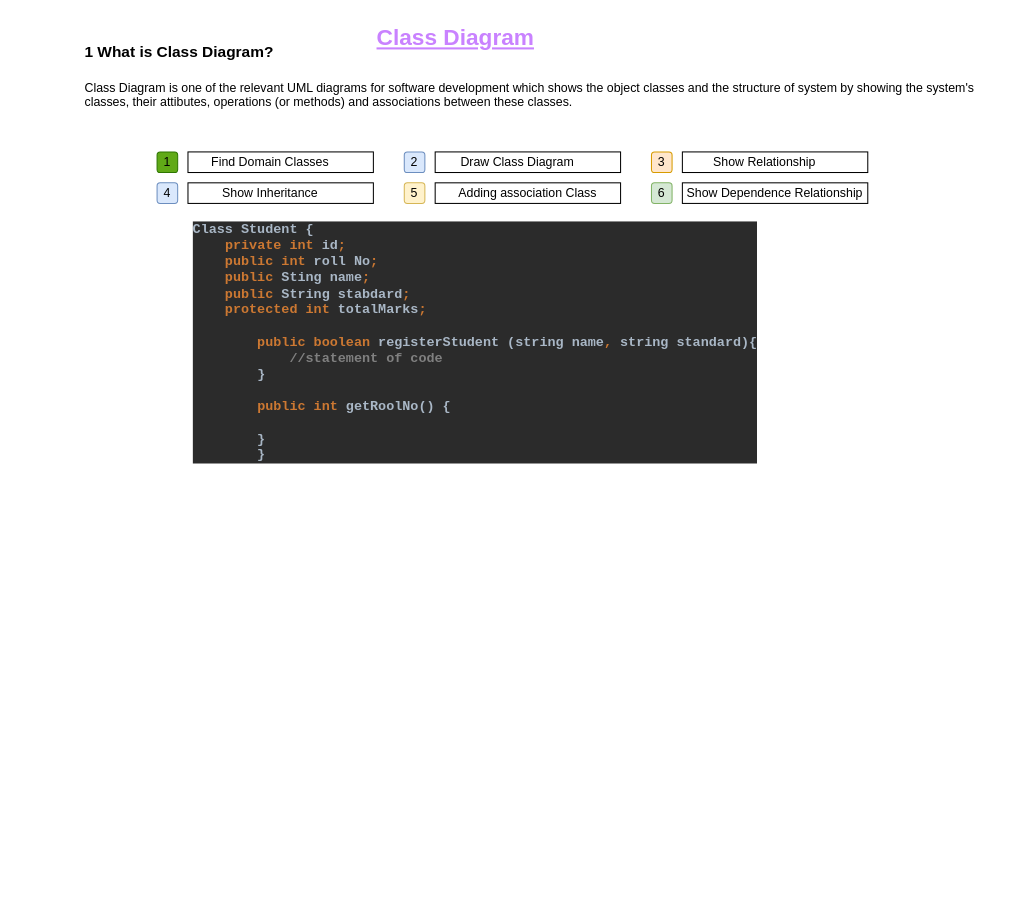
Above: page "use Cases General" (1 of 4) of Default Diagrams.drawio in marioBdev/Default-Software-Diagrams (draw.io), before the change. Source tidied: cells renumbered, new cells numbered last; positions are measured from the earlier drawing's top-left corner, leaving out a move shared by most shapes. Both pictures are drawn from the tidied source at 103%, with x=0, y=0 at pixel (79, 28).
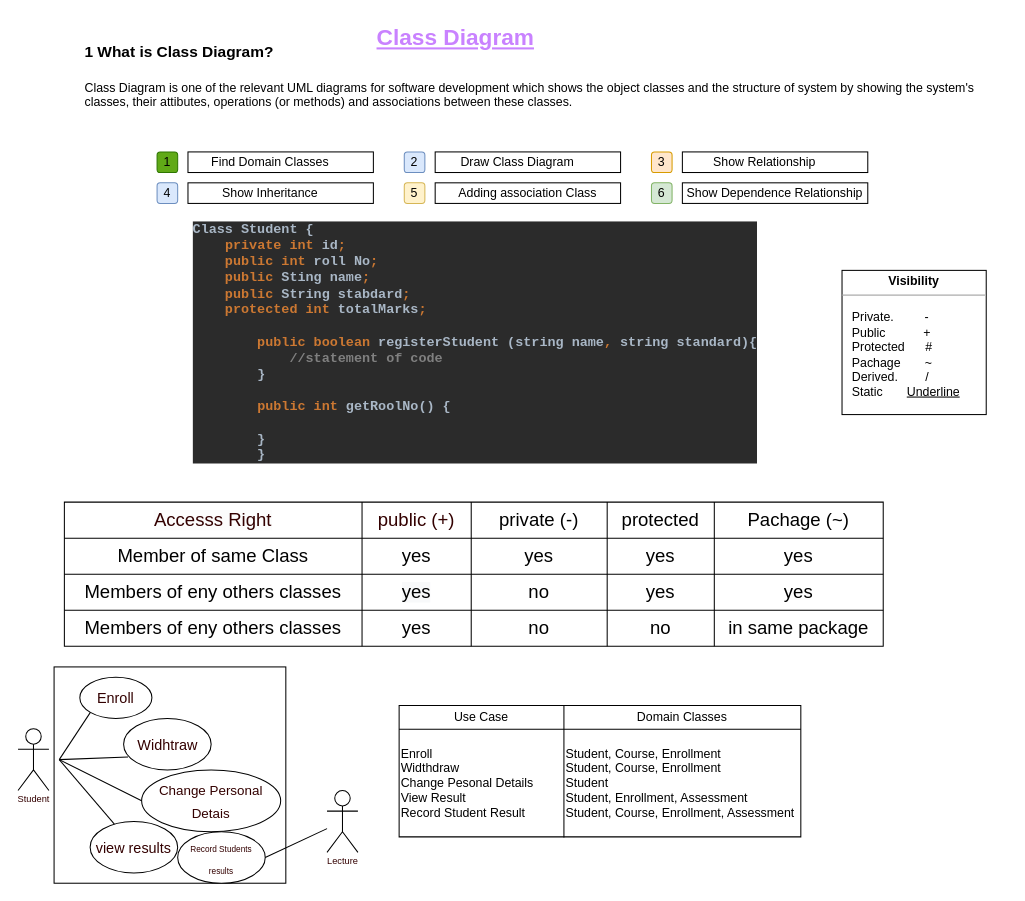
The same diagram, later.

What changed in the source:
```diff
@@
+    <mxCell id="29" style="rounded=0;whiteSpace=wrap;html=1;fontSize=18;fontColor=#330000;" parent="1" vertex="1">
+      <mxGeometry x="-25" y="620" width="225" height="210" as="geometry" />
+    </mxCell>
@@
+    <mxCell id="30" value="&lt;p style=&quot;margin: 0px ; margin-top: 4px ; text-align: center&quot;&gt;&lt;b&gt;Visibility&lt;/b&gt;&lt;/p&gt;&lt;hr size=&quot;1&quot;&gt;&lt;div style=&quot;height: 2px&quot;&gt;&lt;br&gt;&lt;/div&gt;&lt;div style=&quot;height: 2px&quot;&gt;&amp;nbsp;&lt;/div&gt;&lt;div style=&quot;height: 2px&quot;&gt;&lt;br&gt;&lt;/div&gt;&lt;div style=&quot;height: 2px&quot;&gt;&amp;nbsp; &amp;nbsp;&lt;/div&gt;&lt;div style=&quot;height: 2px&quot;&gt;&lt;span style=&quot;text-align: center&quot;&gt;&amp;nbsp; &amp;nbsp;Private.&amp;nbsp; &amp;nbsp; &amp;nbsp; &amp;nbsp; &amp;nbsp;-&lt;/span&gt;&lt;br style=&quot;text-align: center&quot;&gt;&lt;span style=&quot;text-align: center&quot;&gt;&amp;nbsp; &amp;nbsp;Public&amp;nbsp; &amp;nbsp; &amp;nbsp; &amp;nbsp; &amp;nbsp; &amp;nbsp;+&lt;/span&gt;&lt;br style=&quot;text-align: center&quot;&gt;&lt;span style=&quot;text-align: center&quot;&gt;&amp;nbsp; &amp;nbsp;Protected&amp;nbsp; &amp;nbsp; &amp;nbsp; #&lt;/span&gt;&lt;br style=&quot;text-align: center&quot;&gt;&lt;span style=&quot;text-align: center&quot;&gt;&amp;nbsp; &amp;nbsp;Pachage&amp;nbsp; &amp;nbsp; &amp;nbsp; &amp;nbsp;~&lt;/span&gt;&lt;br style=&quot;text-align: center&quot;&gt;&lt;span style=&quot;text-align: center&quot;&gt;&amp;nbsp; &amp;nbsp;Derived.&amp;nbsp; &amp;nbsp; &amp;nbsp; &amp;nbsp; /&lt;/span&gt;&lt;br style=&quot;text-align: center&quot;&gt;&lt;span style=&quot;text-align: center&quot;&gt;&amp;nbsp; &amp;nbsp;Static&amp;nbsp; &amp;nbsp; &amp;nbsp; &amp;nbsp;&lt;/span&gt;&lt;u style=&quot;text-align: center&quot;&gt;Underline&lt;/u&gt;&lt;br&gt;&lt;/div&gt;" style="verticalAlign=top;align=left;overflow=fill;fontSize=12;fontFamily=Helvetica;html=1;" parent="1" vertex="1">
+      <mxGeometry x="740" y="235" width="140" height="140" as="geometry" />
+    </mxCell>
+    <mxCell id="31" style="shape=table;html=1;whiteSpace=wrap;startSize=0;childLayout=tableLayout;" parent="1" vertex="1">
+      <mxGeometry x="-15" y="460" width="795" height="140" as="geometry" />
+    </mxCell>
+    <mxCell id="32" style="shape=partialRectangle;html=1;whiteSpace=wrap;fillColor=none;top=0;left=0;bottom=0;right=0;" parent="31" vertex="1">
+      <mxGeometry width="795" height="35" as="geometry" />
+    </mxCell>
+    <mxCell id="33" value="&lt;span style=&quot;font-size: 18px ; text-align: -webkit-left ; background-color: rgb(252 , 252 , 252)&quot;&gt;&lt;font color=&quot;#330000&quot;&gt;Accesss Right&lt;/font&gt;&lt;/span&gt;" style="shape=partialRectangle;html=1;whiteSpace=wrap;overflow=hidden;fillColor=none;top=0;left=0;bottom=0;right=0;" parent="32" vertex="1">
+      <mxGeometry width="289" height="35" as="geometry" />
+    </mxCell>
+    <mxCell id="34" value="&lt;span style=&quot;font-size: 18px ; text-align: -webkit-left ; background-color: rgb(255 , 255 , 255)&quot;&gt;&lt;font color=&quot;#330000&quot;&gt;public (+)&lt;/font&gt;&lt;/span&gt;" style="shape=partialRectangle;html=1;whiteSpace=wrap;overflow=hidden;fillColor=none;top=0;left=0;bottom=0;right=0;" parent="32" vertex="1">
+      <mxGeometry x="289" width="106" height="35" as="geometry" />
+    </mxCell>
+    <mxCell id="35" value="&lt;font style=&quot;font-size: 18px&quot;&gt;private (-)&lt;/font&gt;" style="shape=partialRectangle;html=1;whiteSpace=wrap;overflow=hidden;fillColor=none;top=0;left=0;bottom=0;right=0;" parent="32" vertex="1">
+      <mxGeometry x="395" width="132" height="35" as="geometry" />
+    </mxCell>
+    <mxCell id="36" value="&lt;font style=&quot;font-size: 18px&quot;&gt;protected&lt;/font&gt;" style="shape=partialRectangle;html=1;whiteSpace=wrap;overflow=hidden;fillColor=none;top=0;left=0;bottom=0;right=0;" parent="32" vertex="1">
+      <mxGeometry x="527" width="104" height="35" as="geometry" />
+    </mxCell>
+    <mxCell id="37" value="&lt;font style=&quot;font-size: 18px&quot;&gt;Pachage (~)&lt;/font&gt;" style="shape=partialRectangle;html=1;whiteSpace=wrap;overflow=hidden;fillColor=none;top=0;left=0;bottom=0;right=0;" parent="32" vertex="1">
+      <mxGeometry x="631" width="164" height="35" as="geometry" />
+    </mxCell>
+    <mxCell id="38" style="shape=partialRectangle;html=1;whiteSpace=wrap;fillColor=none;top=0;left=0;bottom=0;right=0;" parent="31" vertex="1">
+      <mxGeometry y="35" width="795" height="35" as="geometry" />
+    </mxCell>
+    <mxCell id="39" value="&lt;span style=&quot;font-size: 18px ; text-align: left&quot;&gt;Member of same Class&lt;/span&gt;" style="shape=partialRectangle;html=1;whiteSpace=wrap;overflow=hidden;fillColor=none;top=0;left=0;bottom=0;right=0;" parent="38" vertex="1">
+      <mxGeometry width="289" height="35" as="geometry" />
+    </mxCell>
+    <mxCell id="40" value="&lt;font style=&quot;font-size: 18px&quot;&gt;yes&lt;/font&gt;" style="shape=partialRectangle;html=1;whiteSpace=wrap;overflow=hidden;fillColor=none;top=0;left=0;bottom=0;right=0;" parent="38" vertex="1">
+      <mxGeometry x="289" width="106" height="35" as="geometry" />
+    </mxCell>
+    <mxCell id="41" value="&lt;span style=&quot;font-size: 18px&quot;&gt;yes&lt;/span&gt;" style="shape=partialRectangle;html=1;whiteSpace=wrap;overflow=hidden;fillColor=none;top=0;left=0;bottom=0;right=0;" parent="38" vertex="1">
+      <mxGeometry x="395" width="132" height="35" as="geometry" />
+    </mxCell>
+    <mxCell id="42" value="&lt;span style=&quot;font-size: 18px&quot;&gt;yes&lt;/span&gt;" style="shape=partialRectangle;html=1;whiteSpace=wrap;overflow=hidden;fillColor=none;top=0;left=0;bottom=0;right=0;" parent="38" vertex="1">
+      <mxGeometry x="527" width="104" height="35" as="geometry" />
+    </mxCell>
+    <mxCell id="43" value="&lt;span style=&quot;font-size: 18px&quot;&gt;yes&lt;/span&gt;" style="shape=partialRectangle;html=1;whiteSpace=wrap;overflow=hidden;fillColor=none;top=0;left=0;bottom=0;right=0;" parent="38" vertex="1">
+      <mxGeometry x="631" width="164" height="35" as="geometry" />
+    </mxCell>
+    <mxCell id="44" style="shape=partialRectangle;html=1;whiteSpace=wrap;fillColor=none;top=0;left=0;bottom=0;right=0;" parent="31" vertex="1">
+      <mxGeometry y="70" width="795" height="35" as="geometry" />
+    </mxCell>
+    <mxCell id="45" value="&lt;span style=&quot;font-size: 18px ; text-align: left&quot;&gt;Members of eny others classes&lt;/span&gt;" style="shape=partialRectangle;html=1;whiteSpace=wrap;overflow=hidden;fillColor=none;top=0;left=0;bottom=0;right=0;" parent="44" vertex="1">
+      <mxGeometry width="289" height="35" as="geometry" />
+    </mxCell>
+    <mxCell id="46" value="&lt;span style=&quot;color: rgb(0, 0, 0); font-family: helvetica; font-size: 18px; font-style: normal; font-weight: 400; letter-spacing: normal; text-align: center; text-indent: 0px; text-transform: none; word-spacing: 0px; background-color: rgb(248, 249, 250); display: inline; float: none;&quot;&gt;yes&lt;/span&gt;" style="shape=partialRectangle;html=1;whiteSpace=wrap;overflow=hidden;fillColor=none;top=0;left=0;bottom=0;right=0;" parent="44" vertex="1">
+      <mxGeometry x="289" width="106" height="35" as="geometry" />
+    </mxCell>
+    <mxCell id="47" value="&lt;font style=&quot;font-size: 18px&quot;&gt;no&lt;/font&gt;" style="shape=partialRectangle;html=1;whiteSpace=wrap;overflow=hidden;fillColor=none;top=0;left=0;bottom=0;right=0;" parent="44" vertex="1">
+      <mxGeometry x="395" width="132" height="35" as="geometry" />
+    </mxCell>
+    <mxCell id="48" value="&lt;span style=&quot;font-size: 18px&quot;&gt;yes&lt;/span&gt;" style="shape=partialRectangle;html=1;whiteSpace=wrap;overflow=hidden;fillColor=none;top=0;left=0;bottom=0;right=0;" parent="44" vertex="1">
+      <mxGeometry x="527" width="104" height="35" as="geometry" />
+    </mxCell>
+    <mxCell id="49" value="&lt;span style=&quot;font-size: 18px&quot;&gt;yes&lt;/span&gt;" style="shape=partialRectangle;html=1;whiteSpace=wrap;overflow=hidden;fillColor=none;top=0;left=0;bottom=0;right=0;" parent="44" vertex="1">
+      <mxGeometry x="631" width="164" height="35" as="geometry" />
+    </mxCell>
+    <mxCell id="50" style="shape=partialRectangle;html=1;whiteSpace=wrap;fillColor=none;top=0;left=0;bottom=0;right=0;" parent="31" vertex="1">
+      <mxGeometry y="105" width="795" height="35" as="geometry" />
+    </mxCell>
+    <mxCell id="51" value="&lt;span style=&quot;font-size: 18px ; text-align: left&quot;&gt;Members of eny others classes&lt;/span&gt;" style="shape=partialRectangle;html=1;whiteSpace=wrap;overflow=hidden;fillColor=none;top=0;left=0;bottom=0;right=0;" parent="50" vertex="1">
+      <mxGeometry width="289" height="35" as="geometry" />
+    </mxCell>
+    <mxCell id="52" value="&lt;span style=&quot;font-size: 18px&quot;&gt;yes&lt;/span&gt;" style="shape=partialRectangle;html=1;whiteSpace=wrap;overflow=hidden;fillColor=none;top=0;left=0;bottom=0;right=0;" parent="50" vertex="1">
+      <mxGeometry x="289" width="106" height="35" as="geometry" />
+    </mxCell>
+    <mxCell id="53" value="&lt;span style=&quot;font-size: 18px&quot;&gt;no&lt;/span&gt;" style="shape=partialRectangle;html=1;whiteSpace=wrap;overflow=hidden;fillColor=none;top=0;left=0;bottom=0;right=0;" parent="50" vertex="1">
+      <mxGeometry x="395" width="132" height="35" as="geometry" />
+    </mxCell>
+    <mxCell id="54" value="&lt;span style=&quot;font-size: 18px&quot;&gt;no&lt;/span&gt;" style="shape=partialRectangle;html=1;whiteSpace=wrap;overflow=hidden;fillColor=none;top=0;left=0;bottom=0;right=0;" parent="50" vertex="1">
+      <mxGeometry x="527" width="104" height="35" as="geometry" />
+    </mxCell>
+    <mxCell id="55" value="&lt;span style=&quot;font-size: 18px&quot;&gt;in same package&lt;/span&gt;" style="shape=partialRectangle;html=1;whiteSpace=wrap;overflow=hidden;fillColor=none;top=0;left=0;bottom=0;right=0;" parent="50" vertex="1">
+      <mxGeometry x="631" width="164" height="35" as="geometry" />
+    </mxCell>
+    <mxCell id="56" value="&lt;font style=&quot;font-size: 9px&quot;&gt;Student&lt;/font&gt;" style="shape=umlActor;verticalLabelPosition=bottom;verticalAlign=top;html=1;fontSize=18;fontColor=#330000;spacing=-9;" parent="1" vertex="1">
+      <mxGeometry x="-60" y="680" width="30" height="60" as="geometry" />
+    </mxCell>
+    <mxCell id="57" value="&lt;font style=&quot;font-size: 14px&quot;&gt;Enroll&lt;/font&gt;" style="ellipse;whiteSpace=wrap;html=1;fontSize=18;fontColor=#330000;" parent="1" vertex="1">
+      <mxGeometry y="630" width="70" height="40" as="geometry" />
+    </mxCell>
+    <mxCell id="58" value="&lt;font style=&quot;font-size: 14px&quot;&gt;Widhtraw&lt;/font&gt;" style="ellipse;whiteSpace=wrap;html=1;fontSize=18;fontColor=#330000;" parent="1" vertex="1">
+      <mxGeometry x="42.5" y="670" width="85" height="50" as="geometry" />
+    </mxCell>
+    <mxCell id="59" value="&lt;font style=&quot;font-size: 13px&quot;&gt;Change Personal Detais&lt;/font&gt;" style="ellipse;whiteSpace=wrap;html=1;fontSize=18;fontColor=#330000;" parent="1" vertex="1">
+      <mxGeometry x="60" y="720" width="135" height="60" as="geometry" />
+    </mxCell>
+    <mxCell id="60" value="&lt;font style=&quot;font-size: 14px&quot;&gt;view results&lt;/font&gt;" style="ellipse;whiteSpace=wrap;html=1;fontSize=18;fontColor=#330000;" parent="1" vertex="1">
+      <mxGeometry x="10" y="770" width="85" height="50" as="geometry" />
+    </mxCell>
+    <mxCell id="61" style="endArrow=none;html=1;fontSize=18;fontColor=#330000;entryX=0;entryY=1;entryDx=0;entryDy=0;" parent="1" edge="1" target="57">
+      <mxGeometry relative="1" as="geometry">
+        <mxPoint x="-20" y="710" as="sourcePoint" />
+      </mxGeometry>
+    </mxCell>
+    <mxCell id="62" style="endArrow=none;html=1;fontSize=18;fontColor=#330000;entryX=0.051;entryY=0.747;entryDx=0;entryDy=0;entryPerimeter=0;" parent="1" edge="1" target="58">
+      <mxGeometry relative="1" as="geometry">
+        <mxPoint x="-20" y="710" as="sourcePoint" />
+      </mxGeometry>
+    </mxCell>
+    <mxCell id="63" style="endArrow=none;html=1;fontSize=18;fontColor=#330000;entryX=0;entryY=0.5;entryDx=0;entryDy=0;" parent="1" edge="1" target="59">
+      <mxGeometry relative="1" as="geometry">
+        <mxPoint x="-20" y="710" as="sourcePoint" />
+      </mxGeometry>
+    </mxCell>
+    <mxCell id="64" style="endArrow=none;html=1;fontSize=18;fontColor=#330000;" parent="1" edge="1" target="60">
+      <mxGeometry relative="1" as="geometry">
+        <mxPoint x="-20" y="710" as="sourcePoint" />
+      </mxGeometry>
+    </mxCell>
+    <mxCell id="65" value="&lt;font style=&quot;font-size: 9px&quot;&gt;Lecture&lt;/font&gt;" style="shape=umlActor;verticalLabelPosition=bottom;verticalAlign=top;html=1;outlineConnect=0;fontSize=18;fontColor=#330000;spacing=-9;" parent="1" vertex="1">
+      <mxGeometry x="240" y="740" width="30" height="60" as="geometry" />
+    </mxCell>
+    <mxCell id="66" value="&lt;font style=&quot;font-size: 8px&quot;&gt;Record Students results&lt;/font&gt;" style="ellipse;whiteSpace=wrap;html=1;fontSize=18;fontColor=#330000;spacing=1;spacingTop=0;spacingBottom=0;" parent="1" vertex="1">
+      <mxGeometry x="95" y="780" width="85" height="50" as="geometry" />
+    </mxCell>
+    <mxCell id="67" style="endArrow=none;html=1;fontSize=18;fontColor=#330000;entryX=1;entryY=0.5;entryDx=0;entryDy=0;" parent="1" edge="1" source="65" target="66">
+      <mxGeometry relative="1" as="geometry" />
+    </mxCell>
+    <mxCell id="68" style="shape=table;html=1;whiteSpace=wrap;startSize=0;childLayout=tableLayout;" parent="1" vertex="1">
+      <mxGeometry x="310" y="657.5" width="390" height="127.5" as="geometry" />
+    </mxCell>
+    <mxCell id="69" style="shape=partialRectangle;html=1;whiteSpace=wrap;fillColor=none;top=0;left=0;bottom=0;right=0;" parent="68" vertex="1">
+      <mxGeometry width="390" height="23" as="geometry" />
+    </mxCell>
+    <mxCell id="70" value="Use Case" style="shape=partialRectangle;html=1;whiteSpace=wrap;overflow=hidden;fillColor=none;top=0;left=0;bottom=0;right=0;" parent="69" vertex="1">
+      <mxGeometry width="160" height="23" as="geometry" />
+    </mxCell>
+    <mxCell id="71" value="Domain Classes" style="shape=partialRectangle;html=1;whiteSpace=wrap;overflow=hidden;fillColor=none;top=0;left=0;bottom=0;right=0;" parent="69" vertex="1">
+      <mxGeometry x="160" width="230" height="23" as="geometry" />
+    </mxCell>
+    <mxCell id="72" style="shape=partialRectangle;html=1;whiteSpace=wrap;fillColor=none;top=0;left=0;bottom=0;right=0;" parent="68" vertex="1">
+      <mxGeometry y="23" width="390" height="105" as="geometry" />
+    </mxCell>
+    <mxCell id="73" value="Enroll&lt;br&gt;Widthdraw&lt;br&gt;Change Pesonal Details&lt;br&gt;View Result&lt;br&gt;Record Student Result" style="shape=partialRectangle;html=1;whiteSpace=wrap;overflow=hidden;fillColor=none;top=0;left=0;bottom=0;right=0;align=left;" parent="72" vertex="1">
+      <mxGeometry width="160" height="105" as="geometry" />
+    </mxCell>
+    <mxCell id="74" value="Student, Course, Enrollment&lt;br&gt;Student, Course, Enrollment&lt;br&gt;Student&lt;br&gt;Student, Enrollment, Assessment&lt;br&gt;Student, Course, Enrollment, Assessment" style="shape=partialRectangle;html=1;whiteSpace=wrap;overflow=hidden;fillColor=none;top=0;left=0;bottom=0;right=0;align=left;" parent="72" vertex="1">
+      <mxGeometry x="160" width="230" height="105" as="geometry" />
+    </mxCell>
```
